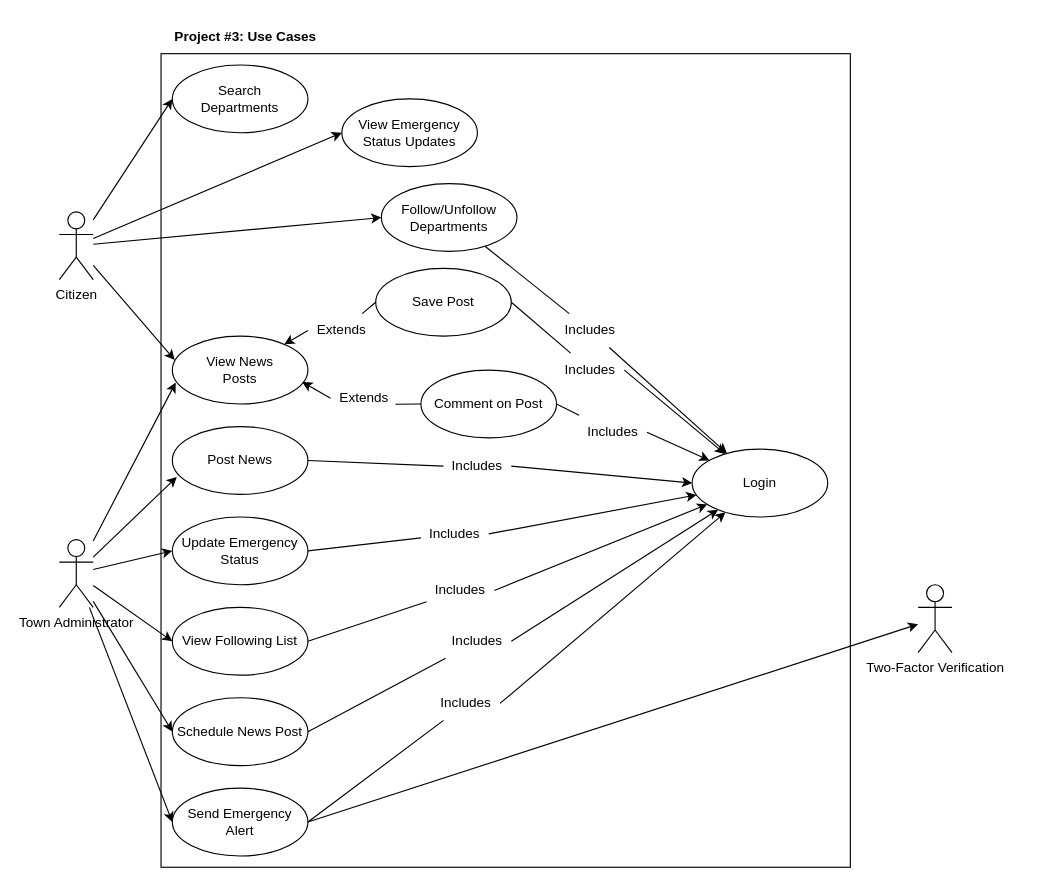
calistakerins/Emerge-App keeps this draw.io diagram as Untitled Diagram.drawio. Above is the earlier version. Source tidied: cells renumbered, new cells numbered last; positions are measured from the earlier drawing's top-left corner, leaving out a move shared by most shapes. Both pictures are drawn from the tidied source at 113%, with x=0, y=0 at pixel (59, 19).
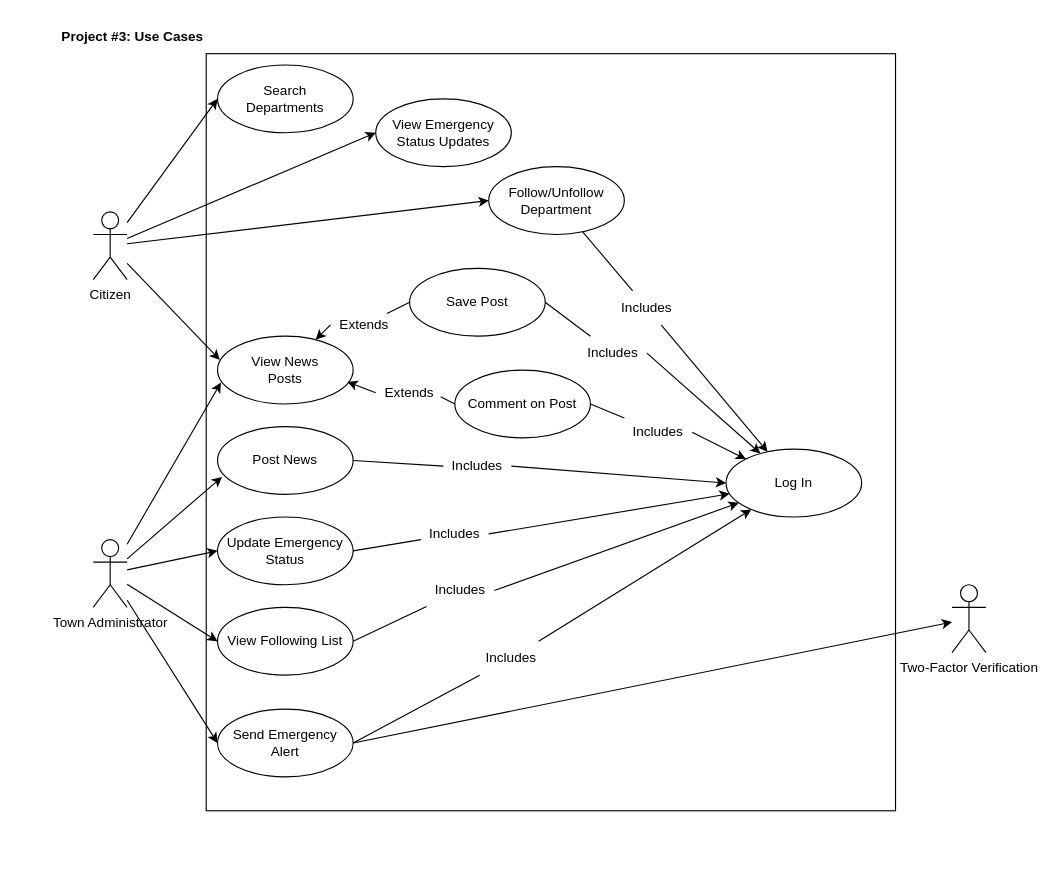
The same page after the edit.

Change to the diagram source:
```diff
@@
     <mxCell id="2" value="Citizen" style="shape=umlActor;verticalLabelPosition=bottom;verticalAlign=top;html=1;outlineConnect=0;" parent="1" vertex="1">
-      <mxGeometry y="170" width="30" height="60" as="geometry" />
+      <mxGeometry x="30" y="170" width="30" height="60" as="geometry" />
     </mxCell>
     <mxCell id="3" value="Town Administrator" style="shape=umlActor;verticalLabelPosition=bottom;verticalAlign=top;html=1;outlineConnect=0;noLabel=0;" parent="1" vertex="1">
-      <mxGeometry y="460" width="30" height="60" as="geometry" />
+      <mxGeometry x="30" y="460" width="30" height="60" as="geometry" />
     </mxCell>
     <mxCell id="4" style="rounded=0;whiteSpace=wrap;html=1;" parent="1" vertex="1">
-      <mxGeometry x="90" y="30" width="610" height="720" as="geometry" />
+      <mxGeometry x="130" y="30" width="610" height="670" as="geometry" />
     </mxCell>
     <mxCell id="5" value="&lt;b&gt;Project #3: Use Cases&lt;/b&gt;" style="text;html=1;strokeColor=none;fillColor=none;align=center;verticalAlign=middle;whiteSpace=wrap;rounded=0;" parent="1" vertex="1">
-      <mxGeometry x="90" width="150" height="30" as="geometry" />
+      <mxGeometry x="-10" width="150" height="30" as="geometry" />
     </mxCell>
     <mxCell id="6" style="ellipse;whiteSpace=wrap;html=1;" parent="1" vertex="1">
-      <mxGeometry x="100" y="280" width="120" height="60" as="geometry" />
+      <mxGeometry x="140" y="280" width="120" height="60" as="geometry" />
     </mxCell>
     <mxCell id="7" value="View News Posts" style="text;html=1;strokeColor=none;fillColor=none;align=center;verticalAlign=middle;whiteSpace=wrap;rounded=0;" parent="1" vertex="1">
-      <mxGeometry x="125" y="295" width="70" height="30" as="geometry" />
+      <mxGeometry x="165" y="295" width="70" height="30" as="geometry" />
     </mxCell>
     <mxCell id="8" style="ellipse;whiteSpace=wrap;html=1;" parent="1" vertex="1">
-      <mxGeometry x="285" y="145" width="120" height="60" as="geometry" />
+      <mxGeometry x="380" y="130" width="120" height="60" as="geometry" />
     </mxCell>
     <mxCell id="9" style="ellipse;whiteSpace=wrap;html=1;" parent="1" vertex="1">
-      <mxGeometry x="250" y="70" width="120" height="60" as="geometry" />
+      <mxGeometry x="280" y="70" width="120" height="60" as="geometry" />
     </mxCell>
     <mxCell id="10" style="ellipse;whiteSpace=wrap;html=1;" parent="1" vertex="1">
-      <mxGeometry x="100" y="40" width="120" height="60" as="geometry" />
+      <mxGeometry x="140" y="40" width="120" height="60" as="geometry" />
     </mxCell>
-    <mxCell id="11" value="Follow/Unfollow Departments" style="text;html=1;strokeColor=none;fillColor=none;align=center;verticalAlign=middle;whiteSpace=wrap;rounded=0;" parent="1" vertex="1">
-      <mxGeometry x="305" y="160" width="80" height="30" as="geometry" />
+    <mxCell id="11" value="Follow/Unfollow Department" style="text;html=1;strokeColor=none;fillColor=none;align=center;verticalAlign=middle;whiteSpace=wrap;rounded=0;" parent="1" vertex="1">
+      <mxGeometry x="400" y="145" width="80" height="30" as="geometry" />
     </mxCell>
     <mxCell id="12" value="View Emergency Status Updates" style="text;html=1;strokeColor=none;fillColor=none;align=center;verticalAlign=middle;whiteSpace=wrap;rounded=0;" parent="1" vertex="1">
-      <mxGeometry x="260" y="85" width="100" height="30" as="geometry" />
+      <mxGeometry x="290" y="85" width="100" height="30" as="geometry" />
     </mxCell>
     <mxCell id="13" value="Search Departments" style="text;html=1;strokeColor=none;fillColor=none;align=center;verticalAlign=middle;whiteSpace=wrap;rounded=0;" parent="1" vertex="1">
-      <mxGeometry x="130" y="55" width="60" height="30" as="geometry" />
+      <mxGeometry x="170" y="55" width="60" height="30" as="geometry" />
     </mxCell>
@@
     <mxCell id="19" value="Post News" style="ellipse;whiteSpace=wrap;html=1;" parent="1" vertex="1">
-      <mxGeometry x="100" y="360" width="120" height="60" as="geometry" />
+      <mxGeometry x="140" y="360" width="120" height="60" as="geometry" />
     </mxCell>
     <mxCell id="20" value="Update Emergency Status" style="ellipse;whiteSpace=wrap;html=1;" parent="1" vertex="1">
-      <mxGeometry x="100" y="440" width="120" height="60" as="geometry" />
+      <mxGeometry x="140" y="440" width="120" height="60" as="geometry" />
     </mxCell>
     <mxCell id="21" value="View Following List" style="ellipse;whiteSpace=wrap;html=1;" parent="1" vertex="1">
-      <mxGeometry x="100" y="520" width="120" height="60" as="geometry" />
+      <mxGeometry x="140" y="520" width="120" height="60" as="geometry" />
     </mxCell>
-    <mxCell id="22" value="Schedule News Post" style="ellipse;whiteSpace=wrap;html=1;" parent="1" vertex="1">
-      <mxGeometry x="100" y="600" width="120" height="60" as="geometry" />
-    </mxCell>
     <mxCell id="23" value="Send Emergency Alert" style="ellipse;whiteSpace=wrap;html=1;" parent="1" vertex="1">
-      <mxGeometry x="100" y="680" width="120" height="60" as="geometry" />
+      <mxGeometry x="140" y="610" width="120" height="60" as="geometry" />
     </mxCell>
     <mxCell id="24" value="Save Post" style="ellipse;whiteSpace=wrap;html=1;" parent="1" vertex="1">
-      <mxGeometry x="280" y="220" width="120" height="60" as="geometry" />
+      <mxGeometry x="310" y="220" width="120" height="60" as="geometry" />
     </mxCell>
     <mxCell id="25" value="Comment on Post" style="ellipse;whiteSpace=wrap;html=1;" parent="1" vertex="1">
-      <mxGeometry x="320" y="310" width="120" height="60" as="geometry" />
+      <mxGeometry x="350" y="310" width="120" height="60" as="geometry" />
     </mxCell>
-    <mxCell id="26" value="Login" style="ellipse;whiteSpace=wrap;html=1;" parent="1" vertex="1">
-      <mxGeometry x="560" y="380" width="120" height="60" as="geometry" />
+    <mxCell id="26" value="Log In" style="ellipse;whiteSpace=wrap;html=1;" parent="1" vertex="1">
+      <mxGeometry x="590" y="380" width="120" height="60" as="geometry" />
     </mxCell>
@@
-    <mxCell id="32" style="endArrow=classic;html=1;rounded=0;entryX=0;entryY=0.5;entryDx=0;entryDy=0;" parent="1" edge="1" source="3" target="22">
-      <mxGeometry relative="1" as="geometry" />
-    </mxCell>
@@
-    <mxCell id="37" style="endArrow=classic;html=1;rounded=0;exitX=1;exitY=0.5;exitDx=0;exitDy=0;startArrow=none;" parent="1" edge="1" source="50" target="26">
-      <mxGeometry relative="1" as="geometry" />
-    </mxCell>
-    <mxCell id="38" style="endArrow=classic;html=1;rounded=0;exitX=1;exitY=0.5;exitDx=0;exitDy=0;startArrow=none;" parent="1" edge="1" source="52" target="26">
-      <mxGeometry relative="1" as="geometry" />
-    </mxCell>
@@
     <mxCell id="42" value="Two-Factor Verification" style="shape=umlActor;verticalLabelPosition=bottom;verticalAlign=top;html=1;outlineConnect=0;" parent="1" vertex="1">
-      <mxGeometry x="760" y="500" width="30" height="60" as="geometry" />
+      <mxGeometry x="790" y="500" width="30" height="60" as="geometry" />
     </mxCell>
@@
-    <mxCell id="50" value="Includes" style="text;html=1;strokeColor=none;fillColor=none;align=center;verticalAlign=middle;whiteSpace=wrap;rounded=0;" parent="1" vertex="1">
-      <mxGeometry x="340" y="535" width="60" height="30" as="geometry" />
-    </mxCell>
-    <mxCell id="51" style="endArrow=none;html=1;rounded=0;exitX=1;exitY=0.5;exitDx=0;exitDy=0;" parent="1" edge="1" source="22" target="50">
-      <mxGeometry relative="1" as="geometry" />
-    </mxCell>
-    <mxCell id="52" value="Includes" style="text;html=1;strokeColor=none;fillColor=none;align=center;verticalAlign=middle;whiteSpace=wrap;rounded=0;" parent="1" vertex="1">
-      <mxGeometry x="330" y="590" width="60" height="30" as="geometry" />
-    </mxCell>
-    <mxCell id="53" style="endArrow=none;html=1;rounded=0;exitX=1;exitY=0.5;exitDx=0;exitDy=0;" parent="1" edge="1" source="23" target="52">
-      <mxGeometry relative="1" as="geometry" />
-    </mxCell>
     <mxCell id="54" value="Includes" style="text;html=1;strokeColor=none;fillColor=none;align=center;verticalAlign=middle;whiteSpace=wrap;rounded=0;" parent="1" vertex="1">
-      <mxGeometry x="460" y="350" width="60" height="30" as="geometry" />
+      <mxGeometry x="500" y="350" width="60" height="30" as="geometry" />
     </mxCell>
@@
     <mxCell id="56" value="Includes" style="text;html=1;strokeColor=none;fillColor=none;align=center;verticalAlign=middle;whiteSpace=wrap;rounded=0;" parent="1" vertex="1">
-      <mxGeometry x="440" y="295" width="60" height="30" as="geometry" />
+      <mxGeometry x="460" y="280" width="60" height="30" as="geometry" />
     </mxCell>
@@
     <mxCell id="58" value="Includes" style="text;html=1;strokeColor=none;fillColor=none;align=center;verticalAlign=middle;whiteSpace=wrap;rounded=0;" parent="1" vertex="1">
-      <mxGeometry x="440" y="260" width="60" height="30" as="geometry" />
+      <mxGeometry x="490" y="240" width="60" height="30" as="geometry" />
     </mxCell>
@@
     <mxCell id="60" value="Extends" style="text;html=1;strokeColor=none;fillColor=none;align=center;verticalAlign=middle;whiteSpace=wrap;rounded=0;labelBackgroundColor=none;" parent="1" vertex="1">
-      <mxGeometry x="220" y="260" width="60" height="30" as="geometry" />
+      <mxGeometry x="240" y="260" width="60" height="20" as="geometry" />
     </mxCell>
@@
     <mxCell id="62" value="Extends" style="text;html=1;strokeColor=none;fillColor=none;align=center;verticalAlign=middle;whiteSpace=wrap;rounded=0;labelBackgroundColor=none;" parent="1" vertex="1">
-      <mxGeometry x="240" y="320" width="60" height="30" as="geometry" />
+      <mxGeometry x="280" y="320" width="60" height="20" as="geometry" />
     </mxCell>
@@
+    <mxCell id="38" style="endArrow=classic;html=1;rounded=0;startArrow=none;" parent="1" edge="1" source="52" target="26">
+      <mxGeometry relative="1" as="geometry" />
+    </mxCell>
+    <mxCell id="52" value="Includes" style="text;html=1;strokeColor=none;fillColor=none;align=center;verticalAlign=middle;whiteSpace=wrap;rounded=0;" parent="1" vertex="1">
+      <mxGeometry x="370" y="550" width="60" height="30" as="geometry" />
+    </mxCell>
+    <mxCell id="53" style="endArrow=none;html=1;rounded=0;exitX=1;exitY=0.5;exitDx=0;exitDy=0;" parent="1" edge="1" source="23" target="52">
+      <mxGeometry relative="1" as="geometry" />
+    </mxCell>
```
